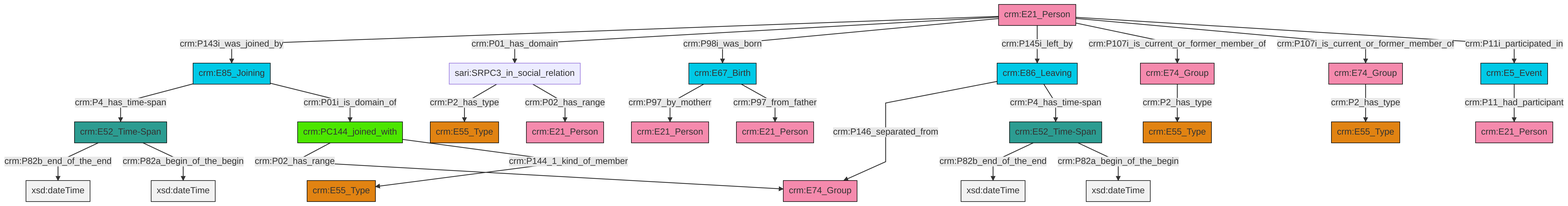
The Mermaid diagram et/personCSV/ttl/mmd/png/Person_Actor_Relations.png in swiss-art-research-net/reference-data-models, before a commit. Its source is kept beside it as et/personCSV/ttl/mmd/Person_Actor_Relations.ttl.mmd.
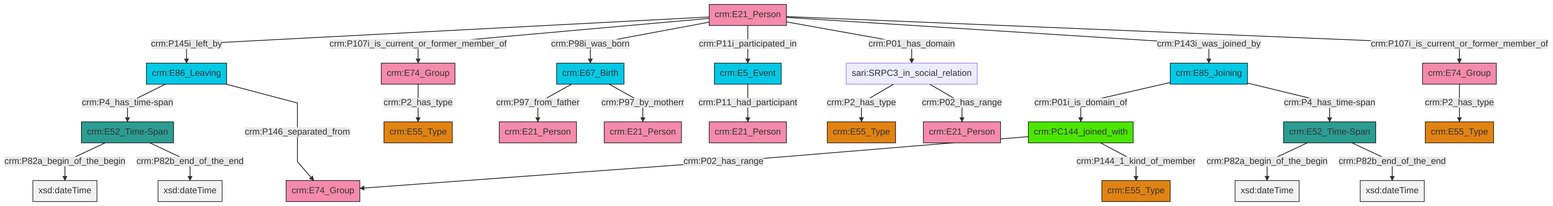
After the change.

Change to the diagram source:
```diff
@@ -13,27 +13,27 @@
 classDef PC_Classes fill:#4ce600, stroke:#000000;
 classDef Multi fill:#cccccc,stroke:#000000;
 
-4["crm:E21_Person"]:::Actor -->|crm:P143i_was_joined_by| 5["crm:E85_Joining"]:::Temporal_Entity
-6["sari:SRPC3_in_social_relation"]:::Default -->|crm:P2_has_type| 7["crm:E55_Type"]:::Type
-8["crm:E52_Time-Span"]:::Time-Span -->|crm:P82b_end_of_the_end| 9[xsd:dateTime]:::Literal
-4["crm:E21_Person"]:::Actor -->|crm:P01_has_domain| 6["sari:SRPC3_in_social_relation"]:::Default
-10["crm:E5_Event"]:::Temporal_Entity -->|crm:P11_had_participant| 11["crm:E21_Person"]:::Actor
-12["crm:E67_Birth"]:::Temporal_Entity -->|crm:P97_by_motherr| 13["crm:E21_Person"]:::Actor
-4["crm:E21_Person"]:::Actor -->|crm:P98i_was_born| 12["crm:E67_Birth"]:::Temporal_Entity
-14["crm:E52_Time-Span"]:::Time-Span -->|crm:P82b_end_of_the_end| 15[xsd:dateTime]:::Literal
-21["crm:E86_Leaving"]:::Temporal_Entity -->|crm:P146_separated_from| 22["crm:E74_Group"]:::Actor
-12["crm:E67_Birth"]:::Temporal_Entity -->|crm:P97_from_father| 19["crm:E21_Person"]:::Actor
-14["crm:E52_Time-Span"]:::Time-Span -->|crm:P82a_begin_of_the_begin| 27[xsd:dateTime]:::Literal
-8["crm:E52_Time-Span"]:::Time-Span -->|crm:P82a_begin_of_the_begin| 28[xsd:dateTime]:::Literal
-4["crm:E21_Person"]:::Actor -->|crm:P145i_left_by| 21["crm:E86_Leaving"]:::Temporal_Entity
-5["crm:E85_Joining"]:::Temporal_Entity -->|crm:P4_has_time-span| 8["crm:E52_Time-Span"]:::Time-Span
-5["crm:E85_Joining"]:::Temporal_Entity -->|crm:P01i_is_domain_of| 0["crm:PC144_joined_with"]:::PC_Classes
-0["crm:PC144_joined_with"]:::PC_Classes -->|crm:P02_has_range| 22["crm:E74_Group"]:::Actor
-4["crm:E21_Person"]:::Actor -->|crm:P107i_is_current_or_former_member_of| 34["crm:E74_Group"]:::Actor
-29["crm:E74_Group"]:::Actor -->|crm:P2_has_type| 23["crm:E55_Type"]:::Type
-4["crm:E21_Person"]:::Actor -->|crm:P107i_is_current_or_former_member_of| 29["crm:E74_Group"]:::Actor
-6["sari:SRPC3_in_social_relation"]:::Default -->|crm:P02_has_range| 42["crm:E21_Person"]:::Actor
-0["crm:PC144_joined_with"]:::PC_Classes -->|crm:P144_1_kind_of_member| 2["crm:E55_Type"]:::Type
-34["crm:E74_Group"]:::Actor -->|crm:P2_has_type| 16["crm:E55_Type"]:::Type
-21["crm:E86_Leaving"]:::Temporal_Entity -->|crm:P4_has_time-span| 14["crm:E52_Time-Span"]:::Time-Span
-4["crm:E21_Person"]:::Actor -->|crm:P11i_participated_in| 10["crm:E5_Event"]:::Temporal_Entity
+2["crm:E85_Joining"]:::Temporal_Entity -->|crm:P01i_is_domain_of| 3["crm:PC144_joined_with"]:::PC_Classes
+8["crm:E21_Person"]:::Actor -->|crm:P145i_left_by| 0["crm:E86_Leaving"]:::Temporal_Entity
+0["crm:E86_Leaving"]:::Temporal_Entity -->|crm:P4_has_time-span| 9["crm:E52_Time-Span"]:::Time-Span
+8["crm:E21_Person"]:::Actor -->|crm:P107i_is_current_or_former_member_of| 13["crm:E74_Group"]:::Actor
+2["crm:E85_Joining"]:::Temporal_Entity -->|crm:P4_has_time-span| 14["crm:E52_Time-Span"]:::Time-Span
+8["crm:E21_Person"]:::Actor -->|crm:P98i_was_born| 17["crm:E67_Birth"]:::Temporal_Entity
+3["crm:PC144_joined_with"]:::PC_Classes -->|crm:P02_has_range| 18["crm:E74_Group"]:::Actor
+8["crm:E21_Person"]:::Actor -->|crm:P11i_participated_in| 10["crm:E5_Event"]:::Temporal_Entity
+19["sari:SRPC3_in_social_relation"]:::Default -->|crm:P2_has_type| 6["crm:E55_Type"]:::Type
+14["crm:E52_Time-Span"]:::Time-Span -->|crm:P82a_begin_of_the_begin| 23[xsd:dateTime]:::Literal
+0["crm:E86_Leaving"]:::Temporal_Entity -->|crm:P146_separated_from| 18["crm:E74_Group"]:::Actor
+14["crm:E52_Time-Span"]:::Time-Span -->|crm:P82b_end_of_the_end| 29[xsd:dateTime]:::Literal
+8["crm:E21_Person"]:::Actor -->|crm:P01_has_domain| 19["sari:SRPC3_in_social_relation"]:::Default
+19["sari:SRPC3_in_social_relation"]:::Default -->|crm:P02_has_range| 30["crm:E21_Person"]:::Actor
+10["crm:E5_Event"]:::Temporal_Entity -->|crm:P11_had_participant| 4["crm:E21_Person"]:::Actor
+9["crm:E52_Time-Span"]:::Time-Span -->|crm:P82a_begin_of_the_begin| 32[xsd:dateTime]:::Literal
+33["crm:E74_Group"]:::Actor -->|crm:P2_has_type| 21["crm:E55_Type"]:::Type
+17["crm:E67_Birth"]:::Temporal_Entity -->|crm:P97_from_father| 35["crm:E21_Person"]:::Actor
+17["crm:E67_Birth"]:::Temporal_Entity -->|crm:P97_by_motherr| 15["crm:E21_Person"]:::Actor
+9["crm:E52_Time-Span"]:::Time-Span -->|crm:P82b_end_of_the_end| 37[xsd:dateTime]:::Literal
+3["crm:PC144_joined_with"]:::PC_Classes -->|crm:P144_1_kind_of_member| 40["crm:E55_Type"]:::Type
+8["crm:E21_Person"]:::Actor -->|crm:P143i_was_joined_by| 2["crm:E85_Joining"]:::Temporal_Entity
+13["crm:E74_Group"]:::Actor -->|crm:P2_has_type| 25["crm:E55_Type"]:::Type
+8["crm:E21_Person"]:::Actor -->|crm:P107i_is_current_or_former_member_of| 33["crm:E74_Group"]:::Actor
```
